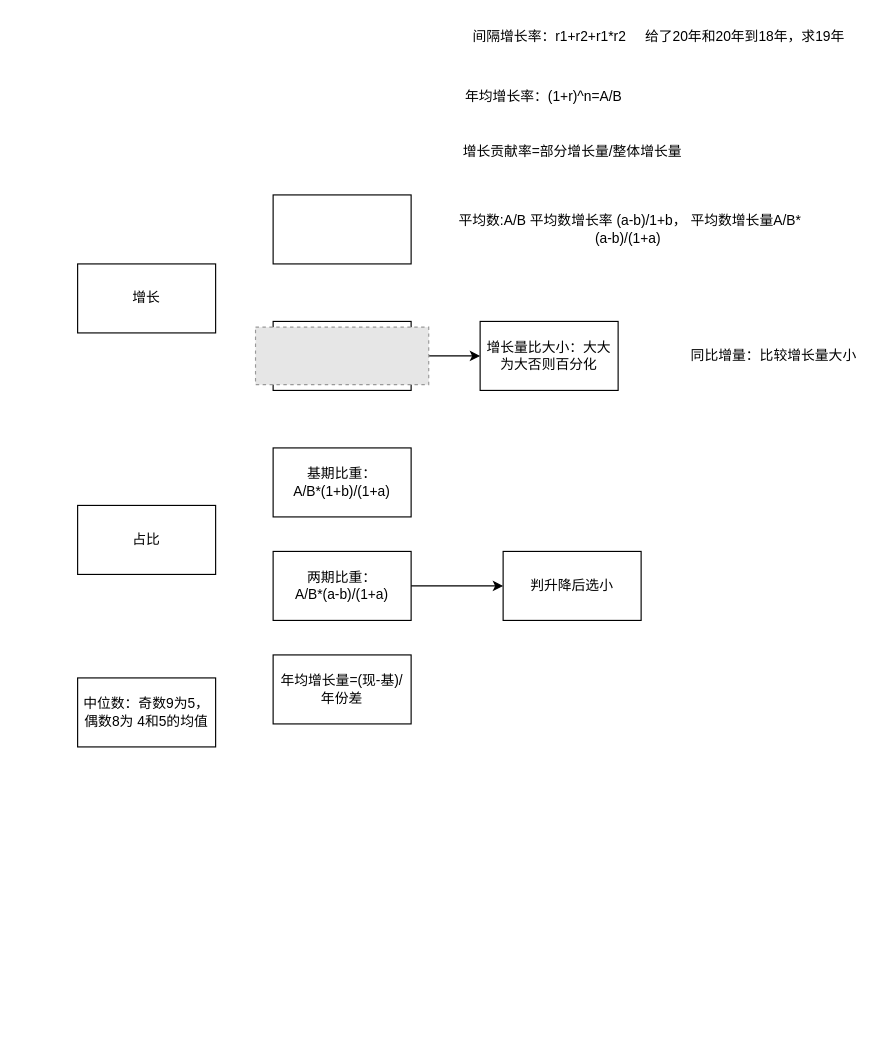
This is 未命名绘图.drawio from cguank/-, a draw.io file, before an edit. Source tidied: cells renumbered, new cells numbered last; positions are measured from the earlier drawing's top-left corner, leaving out a move shared by most shapes. Both pictures are drawn from the tidied source at 115%, with x=0, y=0 at pixel (77, 20). Pictures stored in the file or linked from it are replaced by grey dashed boxes.
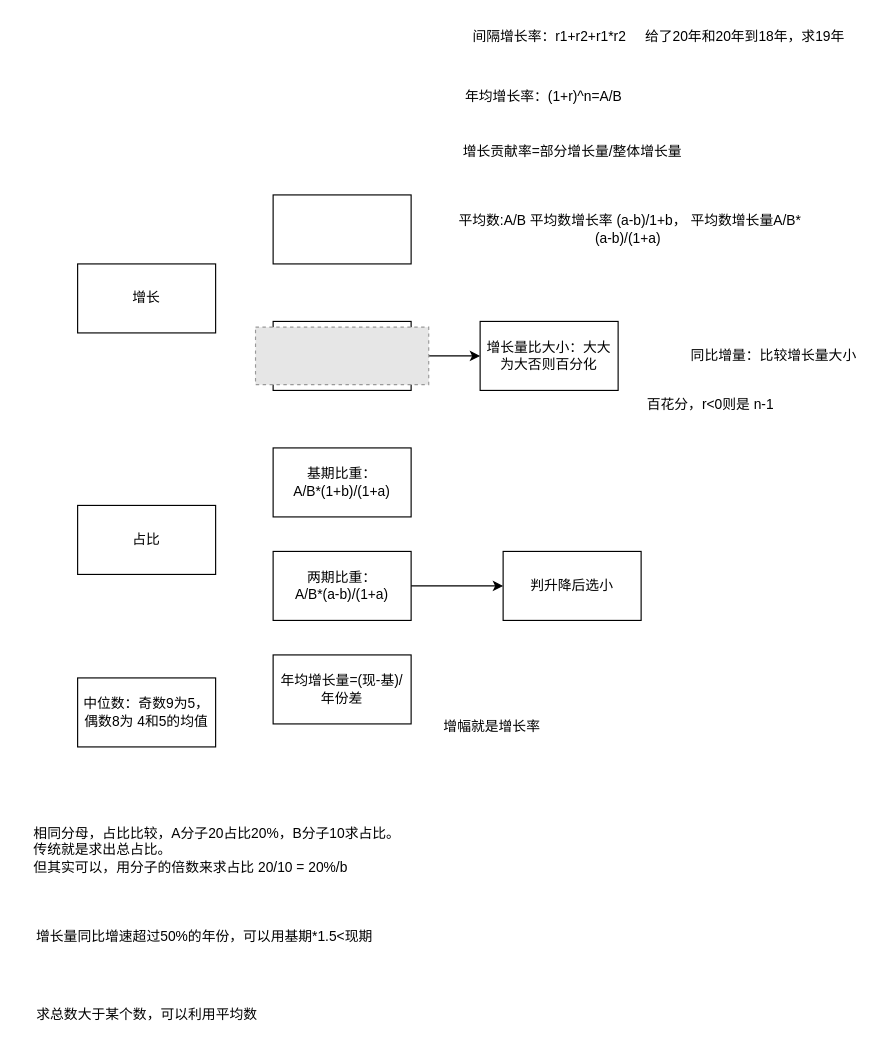
The same diagram, later.

Commit message:
更新未命名绘图.drawio

Change to the diagram source:
```diff
@@
+    <mxCell id="21" value="增幅就是增长率" style="text;html=1;align=center;verticalAlign=middle;strokeColor=none;fillColor=none;" parent="1" vertex="1">
+      <mxGeometry x="305" y="600" width="110" height="30" as="geometry" />
+    </mxCell>
+    <mxCell id="22" value="百花分，r&amp;lt;0则是 n-1" style="text;html=1;align=center;verticalAlign=middle;strokeColor=none;fillColor=none;" parent="1" vertex="1">
+      <mxGeometry x="485" y="320" width="130" height="30" as="geometry" />
+    </mxCell>
+    <mxCell id="23" value="相同分母，占比比较，A分子20占比20%，B分子10求占比。&lt;div&gt;传统就是求出总占比。&lt;/div&gt;&lt;div&gt;但其实可以，用分子的倍数来求占比 20/10 = 20%/b&lt;/div&gt;" style="text;html=1;align=left;verticalAlign=middle;strokeColor=none;fillColor=none;" parent="1" vertex="1">
+      <mxGeometry x="-40" y="692" width="340" height="60" as="geometry" />
+    </mxCell>
+    <mxCell id="24" value="增长量同比增速超过50%的年份，可以用基期*1.5&amp;lt;现期" style="text;html=1;align=center;verticalAlign=middle;strokeColor=none;fillColor=none;" parent="1" vertex="1">
+      <mxGeometry x="-50" y="782" width="320" height="30" as="geometry" />
+    </mxCell>
+    <mxCell id="25" value="求总数大于某个数，可以利用平均数" style="text;html=1;align=center;verticalAlign=middle;strokeColor=none;fillColor=none;" parent="1" vertex="1">
+      <mxGeometry x="-50" y="850" width="220" height="30" as="geometry" />
+    </mxCell>
```
